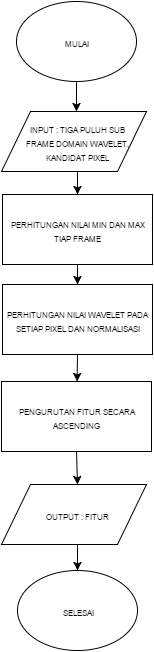
Earlier version of the draw.io export source/ekstraksi fitur.png (hamdimuzakkiy/bukuTA). Source tidied: cells renumbered, new cells last; positions are measured from the earlier drawing's top-left corner, leaving out a move shared by most shapes. The source it was exported from:
```xml
<mxGraphModel background="#ffffff">
  <root>
    <mxCell id="0" />
    <mxCell id="1" parent="0" />
    <mxCell id="2" value="&lt;font style=&quot;font-size: 8px&quot;&gt;MULAI&lt;/font&gt;" style="ellipse;whiteSpace=wrap;html=1;" parent="1" vertex="1">
      <mxGeometry x="15" width="120" height="80" as="geometry" />
    </mxCell>
    <mxCell id="3" style="endArrow=classic;html=1;entryX=0.5;entryY=0;" parent="1" edge="1">
      <mxGeometry relative="1" as="geometry">
        <mxPoint x="75" y="80" as="sourcePoint" />
        <mxPoint x="75" y="110" as="targetPoint" />
      </mxGeometry>
    </mxCell>
    <mxCell id="4" value="&lt;font style=&quot;font-size: 8px&quot;&gt;PERHITUNGAN NILAI WAVELET PADA SETIAP PIXEL DAN NORMALISASI&lt;/font&gt;" style="text;html=1;strokeColor=#000000;fillColor=#ffffff;align=center;verticalAlign=middle;whiteSpace=wrap;overflow=hidden;fontFamily=Helvetica;fontSize=12;fontColor=#000000;" parent="1" vertex="1">
      <mxGeometry x="1" y="283" width="150" height="70" as="geometry" />
    </mxCell>
    <mxCell id="5" style="shape=parallelogram;whiteSpace=wrap;html=1;" parent="1" vertex="1">
      <mxGeometry y="110" width="145" height="60" as="geometry" />
    </mxCell>
    <mxCell id="6" value="&lt;span&gt;&lt;font style=&quot;font-size: 8px&quot;&gt;INPUT : TIGA PULUH SUB FRAME DOMAIN WAVELET, KANDIDAT PIXEL&lt;/font&gt;&lt;/span&gt;" style="text;html=1;strokeColor=none;fillColor=none;align=center;verticalAlign=middle;whiteSpace=wrap;overflow=hidden;" parent="1" vertex="1">
      <mxGeometry x="17" y="110" width="117" height="60" as="geometry" />
    </mxCell>
    <mxCell id="7" value="&lt;font style=&quot;font-size: 8px&quot;&gt;PERHITUNGAN NILAI MIN DAN MAX TIAP FRAME&lt;/font&gt;" style="text;html=1;strokeColor=#000000;fillColor=#ffffff;align=center;verticalAlign=middle;whiteSpace=wrap;overflow=hidden;fontFamily=Helvetica;fontSize=12;fontColor=#000000;" parent="1" vertex="1">
      <mxGeometry x="1" y="193" width="150" height="70" as="geometry" />
    </mxCell>
    <mxCell id="8" style="endArrow=classic;html=1;exitX=0.5;exitY=1;entryX=0.5;entryY=0;" parent="1" edge="1" source="7" target="4">
      <mxGeometry relative="1" as="geometry" />
    </mxCell>
    <mxCell id="9" style="shape=parallelogram;whiteSpace=wrap;html=1;" parent="1" vertex="1">
      <mxGeometry y="483" width="145" height="60" as="geometry" />
    </mxCell>
    <mxCell id="10" value="&lt;span&gt;&lt;font style=&quot;font-size: 8px&quot;&gt;OUTPUT : FITUR&lt;/font&gt;&lt;/span&gt;" style="text;html=1;strokeColor=none;fillColor=none;align=center;verticalAlign=middle;whiteSpace=wrap;overflow=hidden;" parent="1" vertex="1">
      <mxGeometry x="17" y="483" width="117" height="60" as="geometry" />
    </mxCell>
    <mxCell id="11" style="endArrow=classic;html=1;exitX=0.5;exitY=1;entryX=0.5;entryY=0;" parent="1" edge="1" source="6" target="7">
      <mxGeometry relative="1" as="geometry" />
    </mxCell>
    <mxCell id="12" value="&lt;span style=&quot;font-size: 8px ; line-height: 9.60000038146973px&quot;&gt;SELESAI&lt;/span&gt;" style="ellipse;whiteSpace=wrap;html=1;" parent="1" vertex="1">
      <mxGeometry x="16" y="569" width="120" height="80" as="geometry" />
    </mxCell>
    <mxCell id="13" style="endArrow=classic;html=1;exitX=0.5;exitY=1;entryX=0.5;entryY=0;" parent="1" edge="1" source="10" target="12">
      <mxGeometry relative="1" as="geometry" />
    </mxCell>
    <mxCell id="14" value="&lt;span style=&quot;font-size: 8px ; line-height: 9.60000038146973px&quot;&gt;PENGURUTAN FITUR SECARA ASCENDING&lt;/span&gt;" style="text;html=1;strokeColor=#000000;fillColor=#ffffff;align=center;verticalAlign=middle;whiteSpace=wrap;overflow=hidden;fontFamily=Helvetica;fontSize=12;fontColor=#000000;" parent="1" vertex="1">
      <mxGeometry y="380" width="150" height="70" as="geometry" />
    </mxCell>
    <mxCell id="15" style="endArrow=classic;html=1;exitX=0.5;exitY=1;" parent="1" edge="1" source="4" target="14">
      <mxGeometry relative="1" as="geometry" />
    </mxCell>
    <mxCell id="16" style="endArrow=classic;html=1;exitX=0.5;exitY=1;entryX=0.5;entryY=0;" parent="1" edge="1" source="14" target="10">
      <mxGeometry relative="1" as="geometry" />
    </mxCell>
  </root>
</mxGraphModel>
```
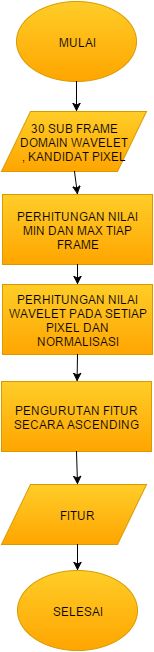
Later version of the same file.

What changed in the source:
```diff
@@ -2,7 +2,7 @@
   <root>
     <mxCell id="0" />
     <mxCell id="1" parent="0" />
-    <mxCell id="2" value="&lt;font style=&quot;font-size: 8px&quot;&gt;MULAI&lt;/font&gt;" style="ellipse;whiteSpace=wrap;html=1;" parent="1" vertex="1">
+    <mxCell id="2" value="&lt;font style=&quot;font-size: 12px&quot;&gt;MULAI&lt;/font&gt;" style="ellipse;whiteSpace=wrap;html=1;plain-orange;" parent="1" vertex="1">
       <mxGeometry x="15" width="120" height="80" as="geometry" />
     </mxCell>
     <mxCell id="3" style="endArrow=classic;html=1;entryX=0.5;entryY=0;" parent="1" edge="1">
@@ -11,37 +11,37 @@
         <mxPoint x="75" y="110" as="targetPoint" />
       </mxGeometry>
     </mxCell>
-    <mxCell id="4" value="&lt;font style=&quot;font-size: 8px&quot;&gt;PERHITUNGAN NILAI WAVELET PADA SETIAP PIXEL DAN NORMALISASI&lt;/font&gt;" style="text;html=1;strokeColor=#000000;fillColor=#ffffff;align=center;verticalAlign=middle;whiteSpace=wrap;overflow=hidden;fontFamily=Helvetica;fontSize=12;fontColor=#000000;" parent="1" vertex="1">
+    <mxCell id="4" value="&lt;font style=&quot;font-size: 12px&quot;&gt;PERHITUNGAN NILAI WAVELET PADA SETIAP PIXEL DAN NORMALISASI&lt;/font&gt;" style="text;html=1;align=center;verticalAlign=middle;whiteSpace=wrap;overflow=hidden;fontFamily=Helvetica;fontSize=12;fontColor=#000000;plain-orange;" parent="1" vertex="1">
       <mxGeometry x="1" y="283" width="150" height="70" as="geometry" />
     </mxCell>
-    <mxCell id="5" style="shape=parallelogram;whiteSpace=wrap;html=1;" parent="1" vertex="1">
+    <mxCell id="5" style="shape=parallelogram;whiteSpace=wrap;html=1;plain-orange;" parent="1" vertex="1">
       <mxGeometry y="110" width="145" height="60" as="geometry" />
     </mxCell>
-    <mxCell id="6" value="&lt;span&gt;&lt;font style=&quot;font-size: 8px&quot;&gt;INPUT : TIGA PULUH SUB FRAME DOMAIN WAVELET, KANDIDAT PIXEL&lt;/font&gt;&lt;/span&gt;" style="text;html=1;strokeColor=none;fillColor=none;align=center;verticalAlign=middle;whiteSpace=wrap;overflow=hidden;" parent="1" vertex="1">
-      <mxGeometry x="17" y="110" width="117" height="60" as="geometry" />
+    <mxCell id="6" value="&lt;span&gt;&lt;font style=&quot;font-size: 12px&quot;&gt;30 SUB FRAME DOMAIN WAVELET&lt;/font&gt;&lt;/span&gt;&lt;div&gt;&lt;span&gt;&lt;font style=&quot;font-size: 12px&quot;&gt;, KANDIDAT PIXEL&lt;/font&gt;&lt;/span&gt;&lt;/div&gt;" style="text;html=1;strokeColor=none;fillColor=none;align=center;verticalAlign=middle;whiteSpace=wrap;overflow=hidden;" parent="1" vertex="1">
+      <mxGeometry x="14" y="110" width="117" height="60" as="geometry" />
     </mxCell>
-    <mxCell id="7" value="&lt;font style=&quot;font-size: 8px&quot;&gt;PERHITUNGAN NILAI MIN DAN MAX TIAP FRAME&lt;/font&gt;" style="text;html=1;strokeColor=#000000;fillColor=#ffffff;align=center;verticalAlign=middle;whiteSpace=wrap;overflow=hidden;fontFamily=Helvetica;fontSize=12;fontColor=#000000;" parent="1" vertex="1">
+    <mxCell id="7" value="&lt;font style=&quot;font-size: 12px&quot;&gt;PERHITUNGAN NILAI MIN DAN MAX TIAP FRAME&lt;/font&gt;" style="text;html=1;align=center;verticalAlign=middle;whiteSpace=wrap;overflow=hidden;fontFamily=Helvetica;fontSize=12;fontColor=#000000;plain-orange;" parent="1" vertex="1">
       <mxGeometry x="1" y="193" width="150" height="70" as="geometry" />
     </mxCell>
     <mxCell id="8" style="endArrow=classic;html=1;exitX=0.5;exitY=1;entryX=0.5;entryY=0;" parent="1" edge="1" source="7" target="4">
       <mxGeometry relative="1" as="geometry" />
     </mxCell>
-    <mxCell id="9" style="shape=parallelogram;whiteSpace=wrap;html=1;" parent="1" vertex="1">
+    <mxCell id="9" style="shape=parallelogram;whiteSpace=wrap;html=1;plain-orange;" parent="1" vertex="1">
       <mxGeometry y="483" width="145" height="60" as="geometry" />
     </mxCell>
-    <mxCell id="10" value="&lt;span&gt;&lt;font style=&quot;font-size: 8px&quot;&gt;OUTPUT : FITUR&lt;/font&gt;&lt;/span&gt;" style="text;html=1;strokeColor=none;fillColor=none;align=center;verticalAlign=middle;whiteSpace=wrap;overflow=hidden;" parent="1" vertex="1">
+    <mxCell id="10" value="&lt;span&gt;&lt;font style=&quot;font-size: 12px&quot;&gt;FITUR&lt;/font&gt;&lt;/span&gt;" style="text;html=1;strokeColor=none;fillColor=none;align=center;verticalAlign=middle;whiteSpace=wrap;overflow=hidden;" parent="1" vertex="1">
       <mxGeometry x="17" y="483" width="117" height="60" as="geometry" />
     </mxCell>
     <mxCell id="11" style="endArrow=classic;html=1;exitX=0.5;exitY=1;entryX=0.5;entryY=0;" parent="1" edge="1" source="6" target="7">
       <mxGeometry relative="1" as="geometry" />
     </mxCell>
-    <mxCell id="12" value="&lt;span style=&quot;font-size: 8px ; line-height: 9.60000038146973px&quot;&gt;SELESAI&lt;/span&gt;" style="ellipse;whiteSpace=wrap;html=1;" parent="1" vertex="1">
+    <mxCell id="12" value="&lt;span style=&quot;line-height: 9.6px&quot;&gt;&lt;font style=&quot;font-size: 12px&quot;&gt;SELESAI&lt;/font&gt;&lt;/span&gt;" style="ellipse;whiteSpace=wrap;html=1;plain-orange;" parent="1" vertex="1">
       <mxGeometry x="16" y="569" width="120" height="80" as="geometry" />
     </mxCell>
     <mxCell id="13" style="endArrow=classic;html=1;exitX=0.5;exitY=1;entryX=0.5;entryY=0;" parent="1" edge="1" source="10" target="12">
       <mxGeometry relative="1" as="geometry" />
     </mxCell>
-    <mxCell id="14" value="&lt;span style=&quot;font-size: 8px ; line-height: 9.60000038146973px&quot;&gt;PENGURUTAN FITUR SECARA ASCENDING&lt;/span&gt;" style="text;html=1;strokeColor=#000000;fillColor=#ffffff;align=center;verticalAlign=middle;whiteSpace=wrap;overflow=hidden;fontFamily=Helvetica;fontSize=12;fontColor=#000000;" parent="1" vertex="1">
+    <mxCell id="14" value="&lt;span style=&quot;line-height: 9.6px&quot;&gt;&lt;font style=&quot;font-size: 12px&quot;&gt;PENGURUTAN FITUR SECARA ASCENDING&lt;/font&gt;&lt;/span&gt;" style="text;html=1;align=center;verticalAlign=middle;whiteSpace=wrap;overflow=hidden;fontFamily=Helvetica;fontSize=12;fontColor=#000000;plain-orange;" parent="1" vertex="1">
       <mxGeometry y="380" width="150" height="70" as="geometry" />
     </mxCell>
     <mxCell id="15" style="endArrow=classic;html=1;exitX=0.5;exitY=1;" parent="1" edge="1" source="4" target="14">
```
